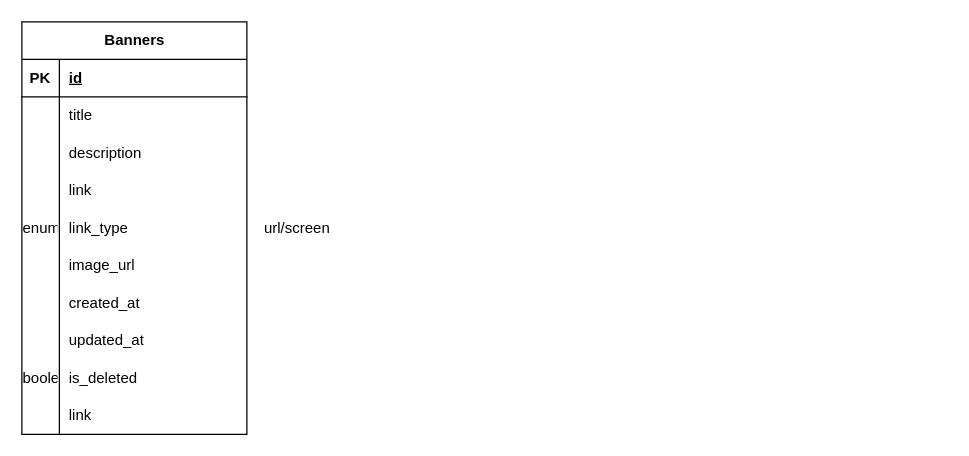
DemoNicky/technical-test keeps this draw.io diagram as starspace/db_codespacex.drawio. Above is the earlier version. Source tidied: cells renumbered, new cells numbered last; positions are measured from the earlier drawing's top-left corner, leaving out a move shared by most shapes. Both pictures are drawn from the tidied source at 125%, with x=0, y=0 at pixel (21, 21).
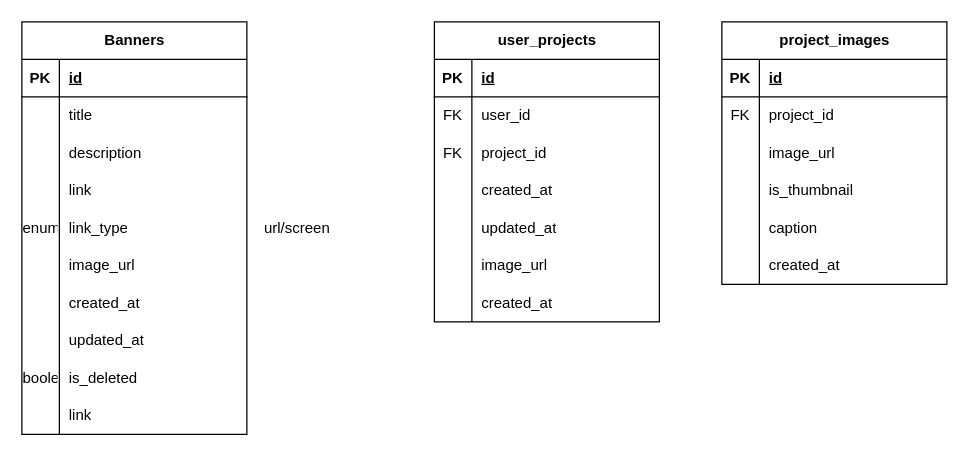
After the change.

Diff of the diagram source:
```diff
@@
+    <mxCell id="34" value="user_projects" style="shape=table;startSize=30;childLayout=tableLayout;rowLines=0;fontStyle=1;align=center;html=1;" parent="1" vertex="1">
+      <mxGeometry x="330" width="180" height="240" as="geometry" />
+    </mxCell>
+    <mxCell id="35" style="shape=tableRow;horizontal=0;startSize=0;swimlaneHead=0;swimlaneBody=0;fillColor=none;top=0;left=0;right=0;bottom=1;" parent="34" vertex="1">
+      <mxGeometry y="30" width="180" height="30" as="geometry" />
+    </mxCell>
+    <mxCell id="36" value="PK" style="shape=partialRectangle;fillColor=none;top=0;left=0;bottom=0;right=0;fontStyle=1;overflow=hidden;whiteSpace=wrap;html=1;" parent="35" vertex="1">
+      <mxGeometry width="30" height="30" as="geometry" />
+    </mxCell>
+    <mxCell id="37" value="id" style="shape=partialRectangle;fillColor=none;top=0;left=0;bottom=0;right=0;align=left;spacingLeft=6;fontStyle=5;overflow=hidden;whiteSpace=wrap;html=1;" parent="35" vertex="1">
+      <mxGeometry x="30" width="150" height="30" as="geometry" />
+    </mxCell>
+    <mxCell id="38" style="shape=tableRow;horizontal=0;startSize=0;swimlaneHead=0;swimlaneBody=0;fillColor=none;top=0;left=0;right=0;bottom=0;" parent="34" vertex="1">
+      <mxGeometry y="60" width="180" height="30" as="geometry" />
+    </mxCell>
+    <mxCell id="39" value="FK" style="shape=partialRectangle;fillColor=none;top=0;left=0;bottom=0;right=0;overflow=hidden;whiteSpace=wrap;html=1;" parent="38" vertex="1">
+      <mxGeometry width="30" height="30" as="geometry" />
+    </mxCell>
+    <mxCell id="40" value="user_id" style="shape=partialRectangle;fillColor=none;top=0;left=0;bottom=0;right=0;align=left;spacingLeft=6;overflow=hidden;whiteSpace=wrap;html=1;" parent="38" vertex="1">
+      <mxGeometry x="30" width="150" height="30" as="geometry" />
+    </mxCell>
+    <mxCell id="41" style="shape=tableRow;horizontal=0;startSize=0;swimlaneHead=0;swimlaneBody=0;fillColor=none;top=0;left=0;right=0;bottom=0;" parent="34" vertex="1">
+      <mxGeometry y="90" width="180" height="30" as="geometry" />
+    </mxCell>
+    <mxCell id="42" value="FK" style="shape=partialRectangle;fillColor=none;top=0;left=0;bottom=0;right=0;overflow=hidden;whiteSpace=wrap;html=1;" parent="41" vertex="1">
+      <mxGeometry width="30" height="30" as="geometry" />
+    </mxCell>
+    <mxCell id="43" value="project_id" style="shape=partialRectangle;fillColor=none;top=0;left=0;bottom=0;right=0;align=left;spacingLeft=6;overflow=hidden;whiteSpace=wrap;html=1;" parent="41" vertex="1">
+      <mxGeometry x="30" width="150" height="30" as="geometry" />
+    </mxCell>
+    <mxCell id="44" style="shape=tableRow;horizontal=0;startSize=0;swimlaneHead=0;swimlaneBody=0;fillColor=none;top=0;left=0;right=0;bottom=0;" parent="34" vertex="1">
+      <mxGeometry y="120" width="180" height="30" as="geometry" />
+    </mxCell>
+    <mxCell id="45" style="shape=partialRectangle;fillColor=none;top=0;left=0;bottom=0;right=0;overflow=hidden;whiteSpace=wrap;html=1;" parent="44" vertex="1">
+      <mxGeometry width="30" height="30" as="geometry" />
+    </mxCell>
+    <mxCell id="46" value="created_at" style="shape=partialRectangle;fillColor=none;top=0;left=0;bottom=0;right=0;align=left;spacingLeft=6;overflow=hidden;whiteSpace=wrap;html=1;" parent="44" vertex="1">
+      <mxGeometry x="30" width="150" height="30" as="geometry" />
+    </mxCell>
+    <mxCell id="47" style="shape=tableRow;horizontal=0;startSize=0;swimlaneHead=0;swimlaneBody=0;fillColor=none;top=0;left=0;right=0;bottom=0;" parent="34" vertex="1">
+      <mxGeometry y="150" width="180" height="30" as="geometry" />
+    </mxCell>
+    <mxCell id="48" style="shape=partialRectangle;fillColor=none;top=0;left=0;bottom=0;right=0;overflow=hidden;whiteSpace=wrap;html=1;" parent="47" vertex="1">
+      <mxGeometry width="30" height="30" as="geometry" />
+    </mxCell>
+    <mxCell id="49" value="updated_at" style="shape=partialRectangle;fillColor=none;top=0;left=0;bottom=0;right=0;align=left;spacingLeft=6;overflow=hidden;whiteSpace=wrap;html=1;" parent="47" vertex="1">
+      <mxGeometry x="30" width="150" height="30" as="geometry" />
+    </mxCell>
+    <mxCell id="50" style="shape=tableRow;horizontal=0;startSize=0;swimlaneHead=0;swimlaneBody=0;fillColor=none;top=0;left=0;right=0;bottom=0;" parent="34" vertex="1">
+      <mxGeometry y="180" width="180" height="30" as="geometry" />
+    </mxCell>
+    <mxCell id="51" style="shape=partialRectangle;fillColor=none;top=0;left=0;bottom=0;right=0;overflow=hidden;whiteSpace=wrap;html=1;" parent="50" vertex="1">
+      <mxGeometry width="30" height="30" as="geometry" />
+    </mxCell>
+    <mxCell id="52" value="image_url" style="shape=partialRectangle;fillColor=none;top=0;left=0;bottom=0;right=0;align=left;spacingLeft=6;overflow=hidden;whiteSpace=wrap;html=1;" parent="50" vertex="1">
+      <mxGeometry x="30" width="150" height="30" as="geometry" />
+    </mxCell>
+    <mxCell id="53" style="shape=tableRow;horizontal=0;startSize=0;swimlaneHead=0;swimlaneBody=0;fillColor=none;top=0;left=0;right=0;bottom=0;" parent="34" vertex="1">
+      <mxGeometry y="210" width="180" height="30" as="geometry" />
+    </mxCell>
+    <mxCell id="54" style="shape=partialRectangle;fillColor=none;top=0;left=0;bottom=0;right=0;overflow=hidden;whiteSpace=wrap;html=1;" parent="53" vertex="1">
+      <mxGeometry width="30" height="30" as="geometry" />
+    </mxCell>
+    <mxCell id="55" value="created_at" style="shape=partialRectangle;fillColor=none;top=0;left=0;bottom=0;right=0;align=left;spacingLeft=6;overflow=hidden;whiteSpace=wrap;html=1;" parent="53" vertex="1">
+      <mxGeometry x="30" width="150" height="30" as="geometry" />
+    </mxCell>
+    <mxCell id="56" style="group;" parent="1" vertex="1">
+      <mxGeometry width="260" height="330" as="geometry" />
+    </mxCell>
-    <mxCell id="2" value="Banners" style="shape=table;startSize=30;childLayout=tableLayout;rowLines=0;fontStyle=1;align=center;html=1;" parent="1" vertex="1">
+    <mxCell id="2" value="Banners" style="shape=table;startSize=30;childLayout=tableLayout;rowLines=0;fontStyle=1;align=center;html=1;" parent="56" vertex="1">
       <mxGeometry width="180" height="330" as="geometry" />
     </mxCell>
@@
-    <mxCell id="33" value="url/screen" style="text;html=1;align=center;verticalAlign=middle;strokeColor=none;fillColor=none;" parent="1" vertex="1">
+    <mxCell id="33" value="url/screen" style="text;html=1;align=center;verticalAlign=middle;strokeColor=none;fillColor=none;" parent="56" vertex="1">
       <mxGeometry x="180" y="150" width="80" height="30" as="geometry" />
     </mxCell>
+    <mxCell id="57" value="project_images" style="shape=table;startSize=30;childLayout=tableLayout;rowLines=0;fontStyle=1;align=center;html=1;" parent="1" vertex="1">
+      <mxGeometry x="560" width="180" height="210" as="geometry" />
+    </mxCell>
+    <mxCell id="58" style="shape=tableRow;horizontal=0;startSize=0;swimlaneHead=0;swimlaneBody=0;fillColor=none;top=0;left=0;right=0;bottom=1;" parent="57" vertex="1">
+      <mxGeometry y="30" width="180" height="30" as="geometry" />
+    </mxCell>
+    <mxCell id="59" value="PK" style="shape=partialRectangle;fillColor=none;top=0;left=0;bottom=0;right=0;fontStyle=1;overflow=hidden;whiteSpace=wrap;html=1;" parent="58" vertex="1">
+      <mxGeometry width="30" height="30" as="geometry" />
+    </mxCell>
+    <mxCell id="60" value="id" style="shape=partialRectangle;fillColor=none;top=0;left=0;bottom=0;right=0;align=left;spacingLeft=6;fontStyle=5;overflow=hidden;whiteSpace=wrap;html=1;" parent="58" vertex="1">
+      <mxGeometry x="30" width="150" height="30" as="geometry" />
+    </mxCell>
+    <mxCell id="61" style="shape=tableRow;horizontal=0;startSize=0;swimlaneHead=0;swimlaneBody=0;fillColor=none;top=0;left=0;right=0;bottom=0;" parent="57" vertex="1">
+      <mxGeometry y="60" width="180" height="30" as="geometry" />
+    </mxCell>
+    <mxCell id="62" value="FK" style="shape=partialRectangle;fillColor=none;top=0;left=0;bottom=0;right=0;overflow=hidden;whiteSpace=wrap;html=1;" parent="61" vertex="1">
+      <mxGeometry width="30" height="30" as="geometry" />
+    </mxCell>
+    <mxCell id="63" value="project_id" style="shape=partialRectangle;fillColor=none;top=0;left=0;bottom=0;right=0;align=left;spacingLeft=6;overflow=hidden;whiteSpace=wrap;html=1;" parent="61" vertex="1">
+      <mxGeometry x="30" width="150" height="30" as="geometry" />
+    </mxCell>
+    <mxCell id="64" style="shape=tableRow;horizontal=0;startSize=0;swimlaneHead=0;swimlaneBody=0;fillColor=none;top=0;left=0;right=0;bottom=0;" parent="57" vertex="1">
+      <mxGeometry y="90" width="180" height="30" as="geometry" />
+    </mxCell>
+    <mxCell id="65" style="shape=partialRectangle;fillColor=none;top=0;left=0;bottom=0;right=0;overflow=hidden;whiteSpace=wrap;html=1;" parent="64" vertex="1">
+      <mxGeometry width="30" height="30" as="geometry" />
+    </mxCell>
+    <mxCell id="66" value="image_url" style="shape=partialRectangle;fillColor=none;top=0;left=0;bottom=0;right=0;align=left;spacingLeft=6;overflow=hidden;whiteSpace=wrap;html=1;" parent="64" vertex="1">
+      <mxGeometry x="30" width="150" height="30" as="geometry" />
+    </mxCell>
+    <mxCell id="67" style="shape=tableRow;horizontal=0;startSize=0;swimlaneHead=0;swimlaneBody=0;fillColor=none;top=0;left=0;right=0;bottom=0;" parent="57" vertex="1">
+      <mxGeometry y="120" width="180" height="30" as="geometry" />
+    </mxCell>
+    <mxCell id="68" style="shape=partialRectangle;fillColor=none;top=0;left=0;bottom=0;right=0;overflow=hidden;whiteSpace=wrap;html=1;" parent="67" vertex="1">
+      <mxGeometry width="30" height="30" as="geometry" />
+    </mxCell>
+    <mxCell id="69" value="is_thumbnail" style="shape=partialRectangle;fillColor=none;top=0;left=0;bottom=0;right=0;align=left;spacingLeft=6;overflow=hidden;whiteSpace=wrap;html=1;" parent="67" vertex="1">
+      <mxGeometry x="30" width="150" height="30" as="geometry" />
+    </mxCell>
+    <mxCell id="70" style="shape=tableRow;horizontal=0;startSize=0;swimlaneHead=0;swimlaneBody=0;fillColor=none;top=0;left=0;right=0;bottom=0;" parent="57" vertex="1">
+      <mxGeometry y="150" width="180" height="30" as="geometry" />
+    </mxCell>
+    <mxCell id="71" style="shape=partialRectangle;fillColor=none;top=0;left=0;bottom=0;right=0;overflow=hidden;whiteSpace=wrap;html=1;" parent="70" vertex="1">
+      <mxGeometry width="30" height="30" as="geometry" />
+    </mxCell>
+    <mxCell id="72" value="caption" style="shape=partialRectangle;fillColor=none;top=0;left=0;bottom=0;right=0;align=left;spacingLeft=6;overflow=hidden;whiteSpace=wrap;html=1;" parent="70" vertex="1">
+      <mxGeometry x="30" width="150" height="30" as="geometry" />
+    </mxCell>
+    <mxCell id="73" style="shape=tableRow;horizontal=0;startSize=0;swimlaneHead=0;swimlaneBody=0;fillColor=none;top=0;left=0;right=0;bottom=0;" parent="57" vertex="1">
+      <mxGeometry y="180" width="180" height="30" as="geometry" />
+    </mxCell>
+    <mxCell id="74" style="shape=partialRectangle;fillColor=none;top=0;left=0;bottom=0;right=0;overflow=hidden;whiteSpace=wrap;html=1;" parent="73" vertex="1">
+      <mxGeometry width="30" height="30" as="geometry" />
+    </mxCell>
+    <mxCell id="75" value="created_at" style="shape=partialRectangle;fillColor=none;top=0;left=0;bottom=0;right=0;align=left;spacingLeft=6;overflow=hidden;whiteSpace=wrap;html=1;" parent="73" vertex="1">
+      <mxGeometry x="30" width="150" height="30" as="geometry" />
+    </mxCell>
```
